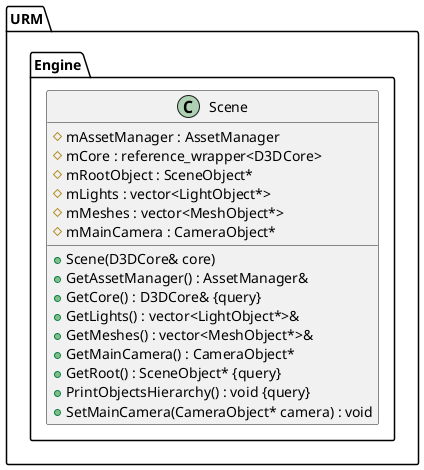
This is Latex/images/UML/scene.png from MinikPLayer/MasterThesis_UniversalRenderingModule_D3D11, a PlantUML export, as it was before one commit.
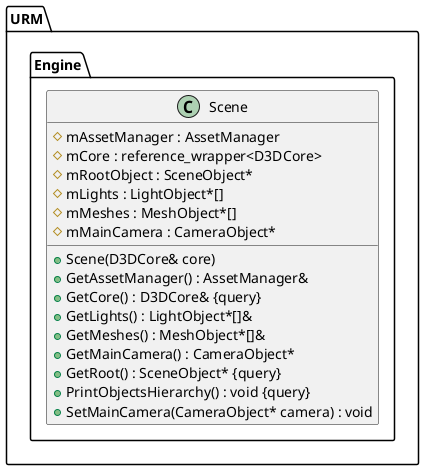
After the commit.

Diff of the diagram source:
```diff
@@ -15,10 +15,10 @@
 			+GetCore() : D3DCore& {query}
 			#mCore : reference_wrapper<D3DCore>
 			#mRootObject : SceneObject*
-			#mLights : vector<LightObject*>
-			+GetLights() : vector<LightObject*>&
-			#mMeshes : vector<MeshObject*>
-			+GetMeshes() : vector<MeshObject*>&
+			#mLights : LightObject*[]
+			+GetLights() : LightObject*[]&
+			#mMeshes : MeshObject*[]
+			+GetMeshes() : MeshObject*[]&
 			+GetMainCamera() : CameraObject*
 			#mMainCamera : CameraObject*
 			+GetRoot() : SceneObject* {query}
```
